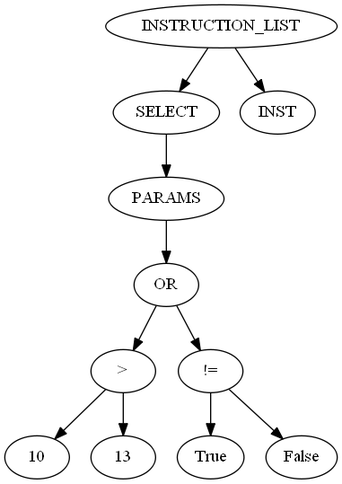
Above: parser/fase2/team23/test-output/round-table.gv.png in tytusdb/tytusdb (Graphviz), before the change. Its source is kept beside it as parser/fase2/team23/test-output/round-table.gv.
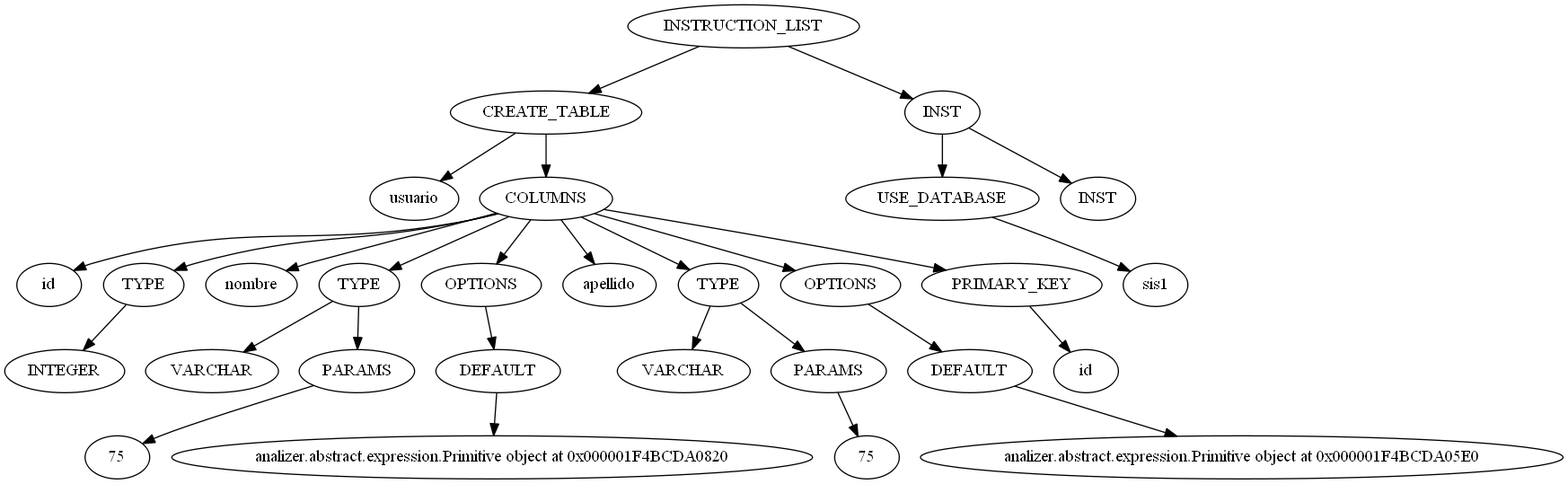
After the change.

What changed in the source:
```diff
@@ -1,23 +1,59 @@
 digraph {
-	22 [label=INSTRUCTION_LIST]
-	23 [label=SELECT]
-	24 [label=PARAMS]
-	25 [label=OR]
-	26 [label=">"]
-	27 [label=10]
-	28 [label=13]
-	29 [label="!="]
-	30 [label=True]
-	31 [label=False]
-	32 [label=INST]
-	22 -> 23
-	23 -> 24
-	24 -> 25
-	25 -> 26
-	26 -> 27
-	26 -> 28
-	25 -> 29
-	29 -> 30
-	29 -> 31
-	22 -> 32
+	35 [label=INSTRUCTION_LIST]
+	36 [label=CREATE_TABLE]
+	37 [label=usuario]
+	38 [label=COLUMNS]
+	39 [label=id]
+	40 [label=TYPE]
+	41 [label=INTEGER]
+	42 [label=nombre]
+	43 [label=TYPE]
+	44 [label=VARCHAR]
+	45 [label=PARAMS]
+	46 [label=75]
+	47 [label=OPTIONS]
+	48 [label=DEFAULT]
+	49 [label=<analizer.abstract.expression.Primitive object at 0x000001F4BCDA0820>]
+	50 [label=apellido]
+	51 [label=TYPE]
+	52 [label=VARCHAR]
+	53 [label=PARAMS]
+	54 [label=75]
+	55 [label=OPTIONS]
+	56 [label=DEFAULT]
+	57 [label=<analizer.abstract.expression.Primitive object at 0x000001F4BCDA05E0>]
+	58 [label=PRIMARY_KEY]
+	59 [label=id]
+	60 [label=INST]
+	61 [label=USE_DATABASE]
+	62 [label=sis1]
+	63 [label=INST]
+	35 -> 36
+	36 -> 37
+	36 -> 38
+	38 -> 39
+	38 -> 40
+	40 -> 41
+	38 -> 42
+	38 -> 43
+	43 -> 44
+	43 -> 45
+	45 -> 46
+	38 -> 47
+	47 -> 48
+	48 -> 49
+	38 -> 50
+	38 -> 51
+	51 -> 52
+	51 -> 53
+	53 -> 54
+	38 -> 55
+	55 -> 56
+	56 -> 57
+	38 -> 58
+	58 -> 59
+	35 -> 60
+	60 -> 61
+	61 -> 62
+	60 -> 63
 }
```
